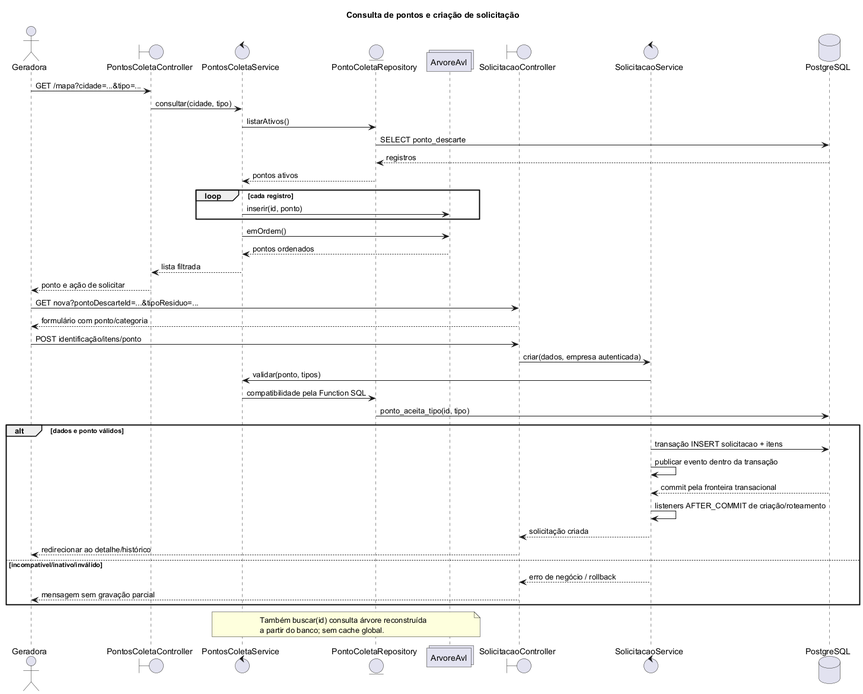
Before: docs/uml/sequencia.png, a diagram exported from PlantUML (mmsxdev/plataforma-ewaste). The source it was exported from:
```plantuml
@startuml
!pragma layout smetana
title Consulta de pontos e criação de solicitação
actor Geradora
boundary "PontosColetaController" as WebP
control "PontosColetaService" as Pontos
entity "PontoColetaRepository" as Repo
collections "ArvoreAvl" as AVL
boundary "SolicitacaoController" as WebS
control "SolicitacaoService" as Sol
database PostgreSQL as DB
Geradora -> WebP : GET /mapa?cidade=...&tipo=...
WebP -> Pontos : consultar(cidade, tipo)
Pontos -> Repo : listarAtivos()
Repo -> DB : SELECT ponto_descarte
DB --> Repo : registros
Repo --> Pontos : pontos ativos
loop cada registro
  Pontos -> AVL : inserir(id, ponto)
end
Pontos -> AVL : emOrdem()
AVL --> Pontos : pontos ordenados
Pontos --> WebP : lista filtrada
WebP --> Geradora : ponto e ação de solicitar
Geradora -> WebS : GET nova?pontoDescarteId=...&tipoResiduo=...
WebS --> Geradora : formulário com ponto/categoria
Geradora -> WebS : POST identificação/itens/ponto
WebS -> Sol : criar(dados, empresa autenticada)
Sol -> Pontos : validar(ponto, tipos)
Pontos -> Repo : compatibilidade pela Function SQL
Repo -> DB : ponto_aceita_tipo(id, tipo)
alt dados e ponto válidos
  Sol -> DB : transação INSERT solicitacao + itens
  Sol -> Sol : publicar evento dentro da transação
  DB --> Sol : commit pela fronteira transacional
  Sol -> Sol : listeners AFTER_COMMIT de criação/roteamento
  Sol --> WebS : solicitação criada
  WebS --> Geradora : redirecionar ao detalhe/histórico
else incompatível/inativo/inválido
  Sol --> WebS : erro de negócio / rollback
  WebS --> Geradora : mensagem sem gravação parcial
end
note over Pontos, AVL
Também buscar(id) consulta árvore reconstruída
a partir do banco; sem cache global.
end note
@enduml
```
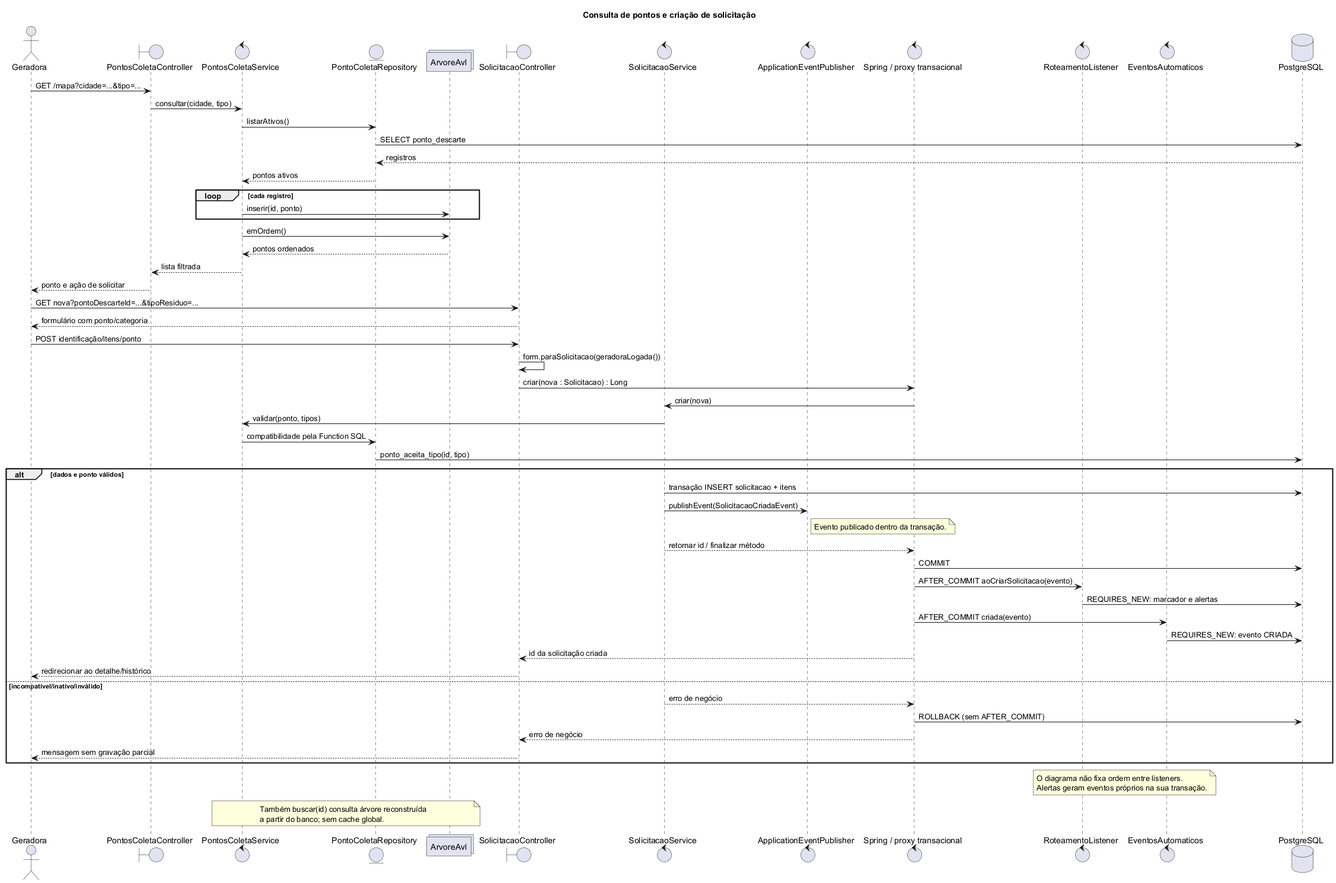
The same diagram one commit later.

The edit, as a diff of the source:
```diff
@@ -8,6 +8,10 @@
 collections "ArvoreAvl" as AVL
 boundary "SolicitacaoController" as WebS
 control "SolicitacaoService" as Sol
+control "ApplicationEventPublisher" as Publisher
+control "Spring / proxy transacional" as Tx
+control "RoteamentoListener" as Routing
+control "EventosAutomaticos" as Timeline
 database PostgreSQL as DB
 Geradora -> WebP : GET /mapa?cidade=...&tipo=...
 WebP -> Pontos : consultar(cidade, tipo)
@@ -25,21 +29,34 @@
 Geradora -> WebS : GET nova?pontoDescarteId=...&tipoResiduo=...
 WebS --> Geradora : formulário com ponto/categoria
 Geradora -> WebS : POST identificação/itens/ponto
-WebS -> Sol : criar(dados, empresa autenticada)
+WebS -> WebS : form.paraSolicitacao(geradoraLogada())
+WebS -> Tx : criar(nova : Solicitacao) : Long
+Tx -> Sol : criar(nova)
 Sol -> Pontos : validar(ponto, tipos)
 Pontos -> Repo : compatibilidade pela Function SQL
 Repo -> DB : ponto_aceita_tipo(id, tipo)
 alt dados e ponto válidos
   Sol -> DB : transação INSERT solicitacao + itens
-  Sol -> Sol : publicar evento dentro da transação
-  DB --> Sol : commit pela fronteira transacional
-  Sol -> Sol : listeners AFTER_COMMIT de criação/roteamento
-  Sol --> WebS : solicitação criada
+  Sol -> Publisher : publishEvent(SolicitacaoCriadaEvent)
+  note right of Publisher : Evento publicado dentro da transação.
+  Sol --> Tx : retornar id / finalizar método
+  Tx -> DB : COMMIT
+  Tx -> Routing : AFTER_COMMIT aoCriarSolicitacao(evento)
+  Routing -> DB : REQUIRES_NEW: marcador e alertas
+  Tx -> Timeline : AFTER_COMMIT criada(evento)
+  Timeline -> DB : REQUIRES_NEW: evento CRIADA
+  Tx --> WebS : id da solicitação criada
   WebS --> Geradora : redirecionar ao detalhe/histórico
 else incompatível/inativo/inválido
-  Sol --> WebS : erro de negócio / rollback
+  Sol --> Tx : erro de negócio
+  Tx -> DB : ROLLBACK (sem AFTER_COMMIT)
+  Tx --> WebS : erro de negócio
   WebS --> Geradora : mensagem sem gravação parcial
 end
+note over Routing, Timeline
+O diagrama não fixa ordem entre listeners.
+Alertas geram eventos próprios na sua transação.
+end note
 note over Pontos, AVL
 Também buscar(id) consulta árvore reconstruída
 a partir do banco; sem cache global.
```
